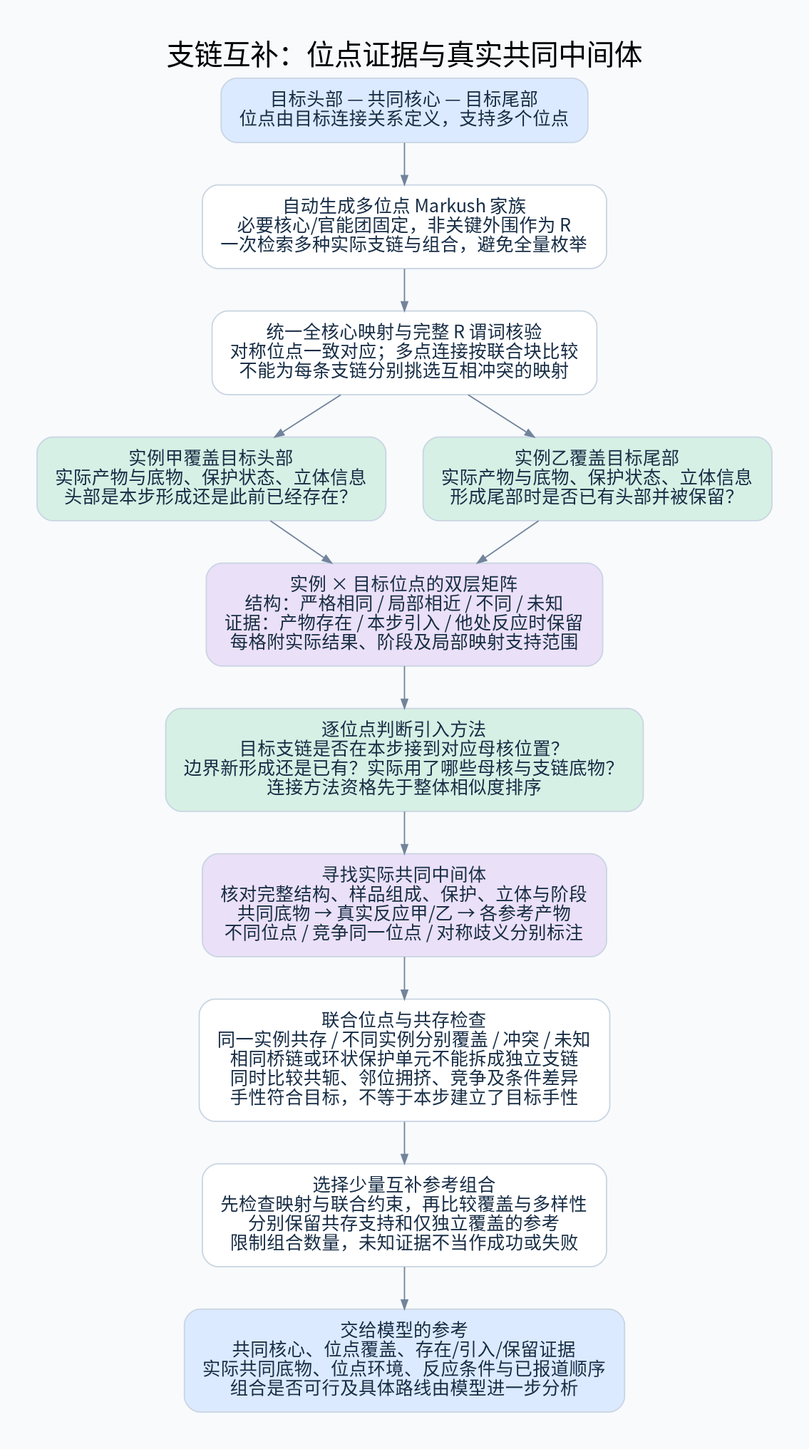
The Graphviz diagram diagrams/core-branch-combination.png in 825728139/substructure_search, before a commit. Its source is kept beside it as diagrams/core-branch-combination.dot.
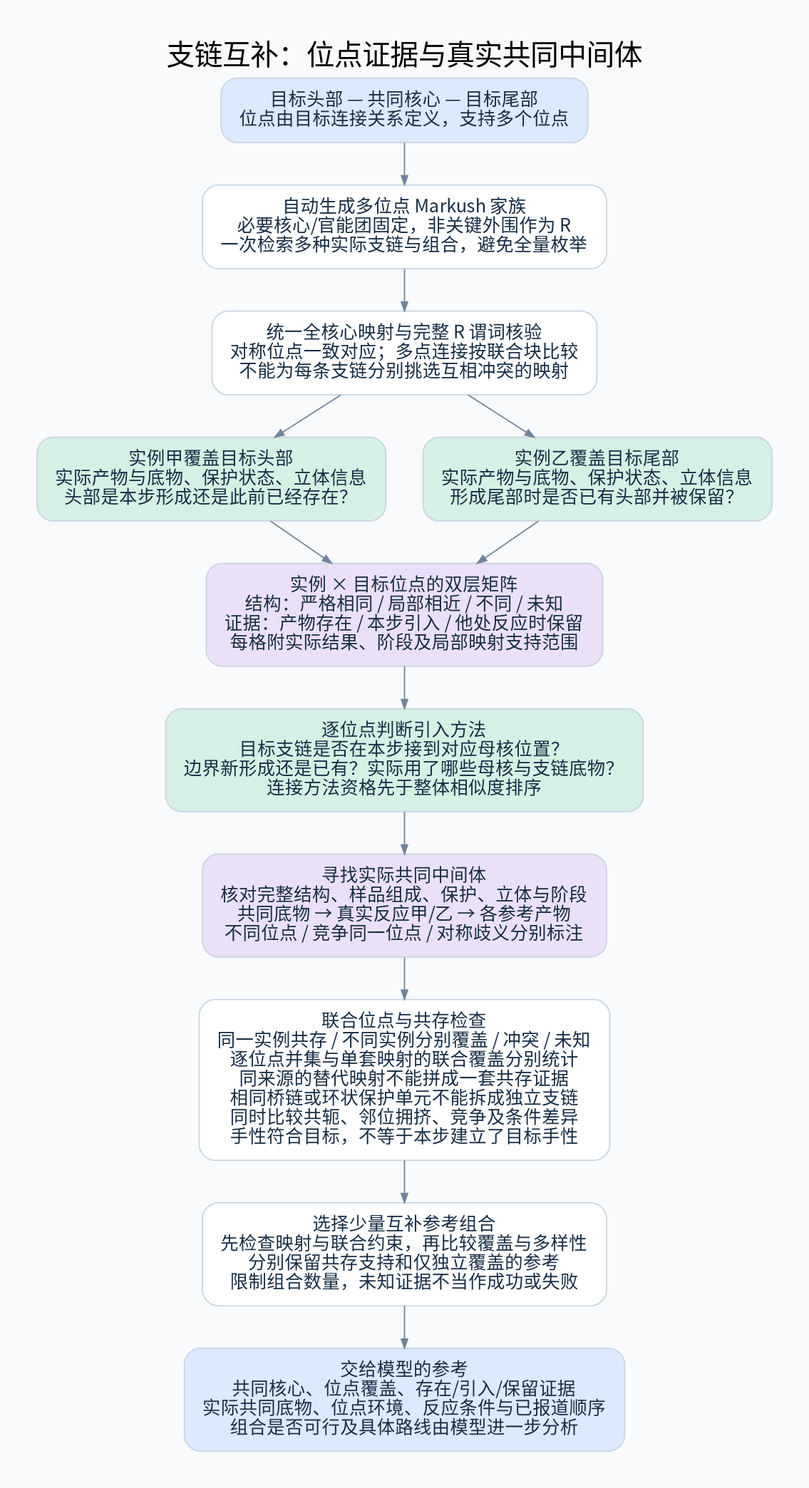
Later version of the same file.

The edit, as a diff of the source:
```diff
@@ -29,6 +29,8 @@
 不同位点 / 竞争同一位点 / 对称歧义分别标注", fillcolor="#EAE0F7"];
 co [label="联合位点与共存检查
 同一实例共存 / 不同实例分别覆盖 / 冲突 / 未知
+逐位点并集与单套映射的联合覆盖分别统计
+同来源的替代映射不能拼成一套共存证据
 相同桥链或环状保护单元不能拆成独立支链
 同时比较共轭、邻位拥挤、竞争及条件差异
 手性符合目标，不等于本步建立了目标手性"];
```
